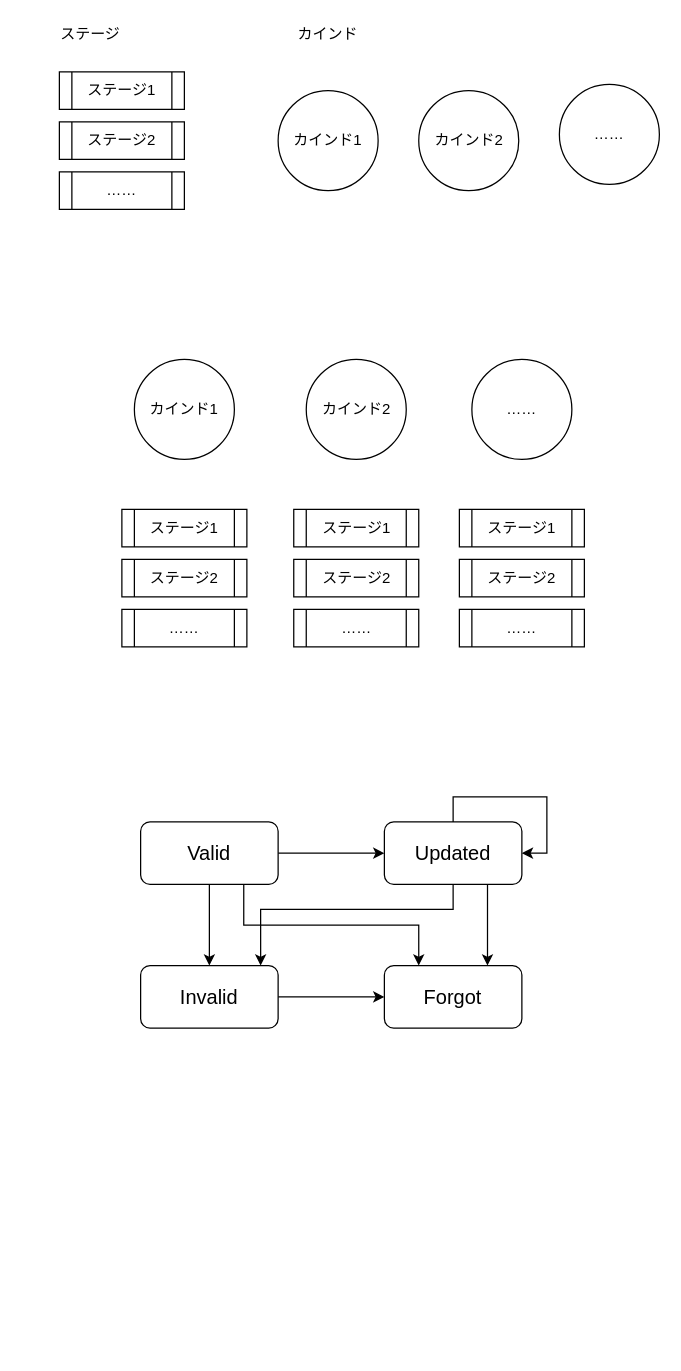
Earlier version of the draw.io diagram task_lifecycle.drawio (stakiran/work_of_systematization_of_taskmanagement). Source tidied: cells renumbered, new cells numbered last; positions are measured from the earlier drawing's top-left corner, leaving out a move shared by most shapes. Both pictures are drawn from the tidied source at 125%, with x=0, y=0 at pixel (21, 21).
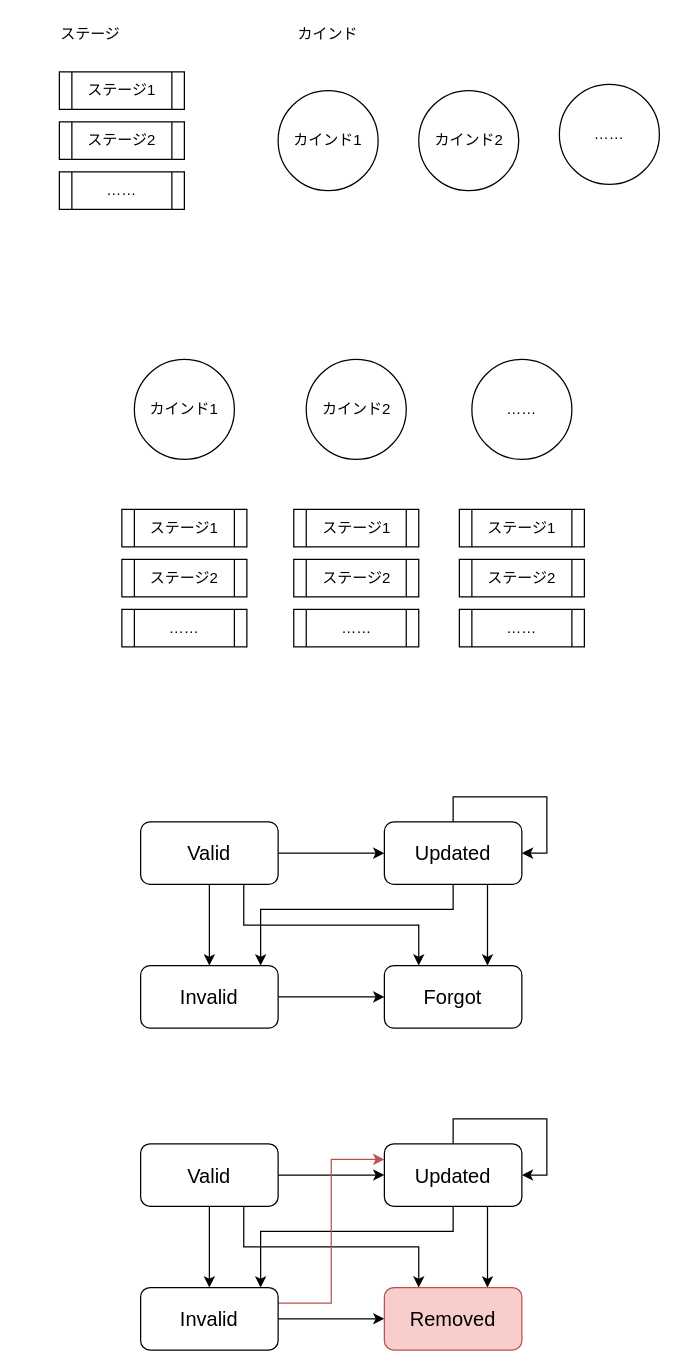
After the change.

Commit message:
add layer2 stages

What changed in the source:
```diff
@@
+    <mxCell id="33" style="edgeStyle=orthogonalEdgeStyle;rounded=0;jettySize=auto;html=1;" parent="1" edge="1" source="36" target="39">
+      <mxGeometry relative="1" as="geometry" />
+    </mxCell>
+    <mxCell id="34" style="edgeStyle=orthogonalEdgeStyle;rounded=0;jettySize=auto;html=1;exitX=0.5;exitY=1;exitDx=0;exitDy=0;" parent="1" edge="1" source="36" target="42">
+      <mxGeometry relative="1" as="geometry" />
+    </mxCell>
+    <mxCell id="35" style="edgeStyle=orthogonalEdgeStyle;rounded=0;jettySize=auto;html=1;exitX=0.75;exitY=1;exitDx=0;exitDy=0;entryX=0.25;entryY=0;entryDx=0;entryDy=0;" parent="1" edge="1" source="36" target="43">
+      <mxGeometry relative="1" as="geometry" />
+    </mxCell>
+    <mxCell id="36" value="&lt;font style=&quot;font-size: 16px&quot;&gt;Valid&lt;/font&gt;" style="rounded=1;whiteSpace=wrap;html=1;" parent="1" vertex="1">
+      <mxGeometry x="95" y="897.5" width="110" height="50" as="geometry" />
+    </mxCell>
+    <mxCell id="37" style="edgeStyle=orthogonalEdgeStyle;rounded=0;jettySize=auto;html=1;exitX=0.75;exitY=1;exitDx=0;exitDy=0;entryX=0.75;entryY=0;entryDx=0;entryDy=0;" parent="1" edge="1" source="39" target="43">
+      <mxGeometry relative="1" as="geometry" />
+    </mxCell>
+    <mxCell id="38" style="edgeStyle=orthogonalEdgeStyle;rounded=0;jettySize=auto;html=1;exitX=0.5;exitY=1;exitDx=0;exitDy=0;entryX=0.873;entryY=0;entryDx=0;entryDy=0;entryPerimeter=0;" parent="1" edge="1" source="39" target="42">
+      <mxGeometry relative="1" as="geometry">
+        <Array as="points">
+          <mxPoint x="345" y="967.5" />
+          <mxPoint x="191" y="967.5" />
+        </Array>
+      </mxGeometry>
+    </mxCell>
+    <mxCell id="39" value="&lt;font style=&quot;font-size: 16px&quot;&gt;Updated&lt;/font&gt;" style="rounded=1;whiteSpace=wrap;html=1;" parent="1" vertex="1">
+      <mxGeometry x="290" y="897.5" width="110" height="50" as="geometry" />
+    </mxCell>
+    <mxCell id="40" style="edgeStyle=orthogonalEdgeStyle;rounded=0;jettySize=auto;html=1;exitX=1;exitY=0.5;exitDx=0;exitDy=0;entryX=0;entryY=0.5;entryDx=0;entryDy=0;" parent="1" edge="1" source="42" target="43">
+      <mxGeometry relative="1" as="geometry" />
+    </mxCell>
+    <mxCell id="41" style="edgeStyle=orthogonalEdgeStyle;rounded=0;jettySize=auto;html=1;exitX=1;exitY=0.25;exitDx=0;exitDy=0;entryX=0;entryY=0.25;entryDx=0;entryDy=0;fillColor=#f8cecc;strokeColor=#b85450;" parent="1" edge="1" source="42" target="39">
+      <mxGeometry relative="1" as="geometry" />
+    </mxCell>
+    <mxCell id="42" value="&lt;font style=&quot;font-size: 16px&quot;&gt;Invalid&lt;/font&gt;" style="rounded=1;whiteSpace=wrap;html=1;" parent="1" vertex="1">
+      <mxGeometry x="95" y="1012.5" width="110" height="50" as="geometry" />
+    </mxCell>
+    <mxCell id="43" value="&lt;font style=&quot;font-size: 16px&quot;&gt;Removed&lt;/font&gt;" style="rounded=1;whiteSpace=wrap;html=1;fillColor=#f8cecc;strokeColor=#b85450;" parent="1" vertex="1">
+      <mxGeometry x="290" y="1012.5" width="110" height="50" as="geometry" />
+    </mxCell>
+    <mxCell id="44" style="edgeStyle=orthogonalEdgeStyle;rounded=0;orthogonalLoop=1;jettySize=auto;html=1;exitX=0.5;exitY=0;exitDx=0;exitDy=0;entryX=1;entryY=0.5;entryDx=0;entryDy=0;" parent="1" edge="1" source="39" target="39">
+      <mxGeometry relative="1" as="geometry" />
+    </mxCell>
```
